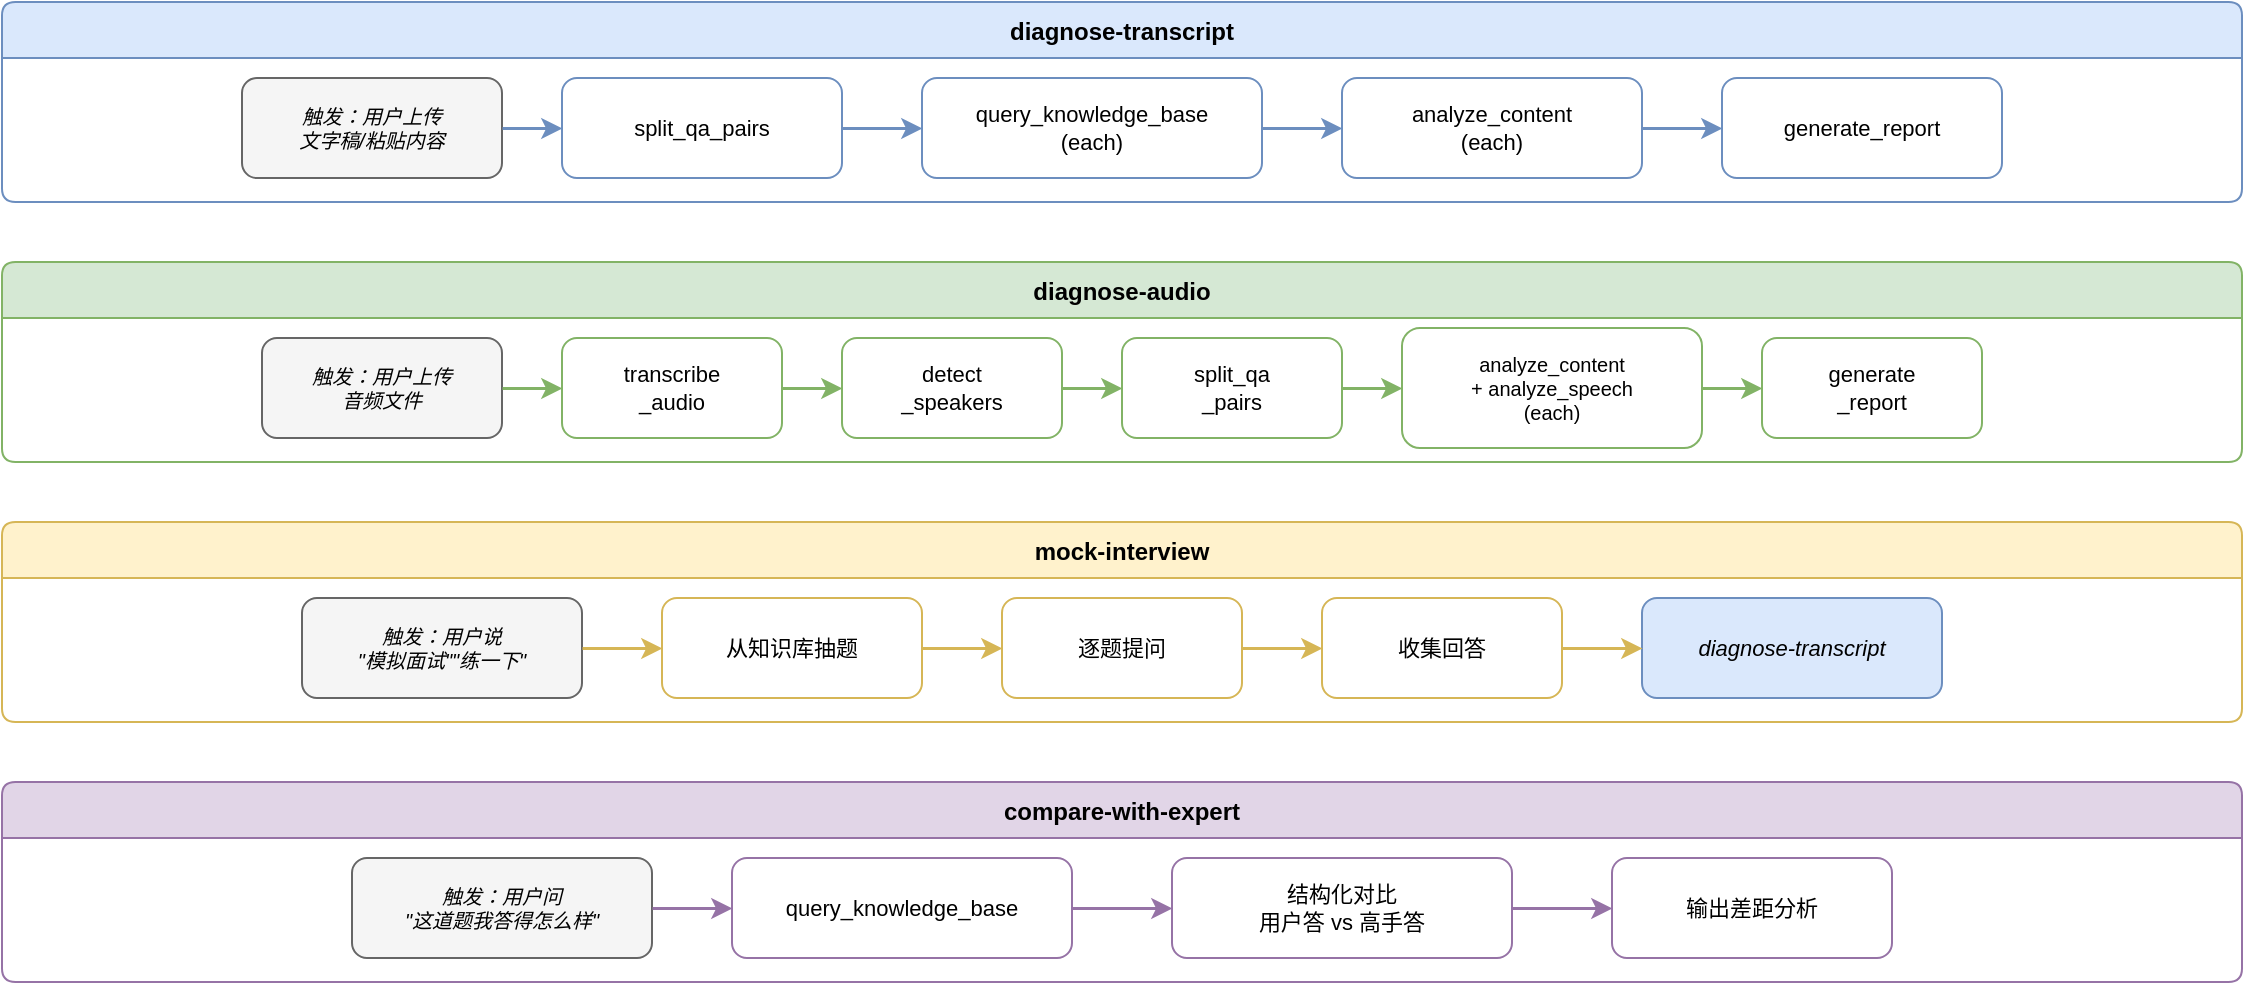
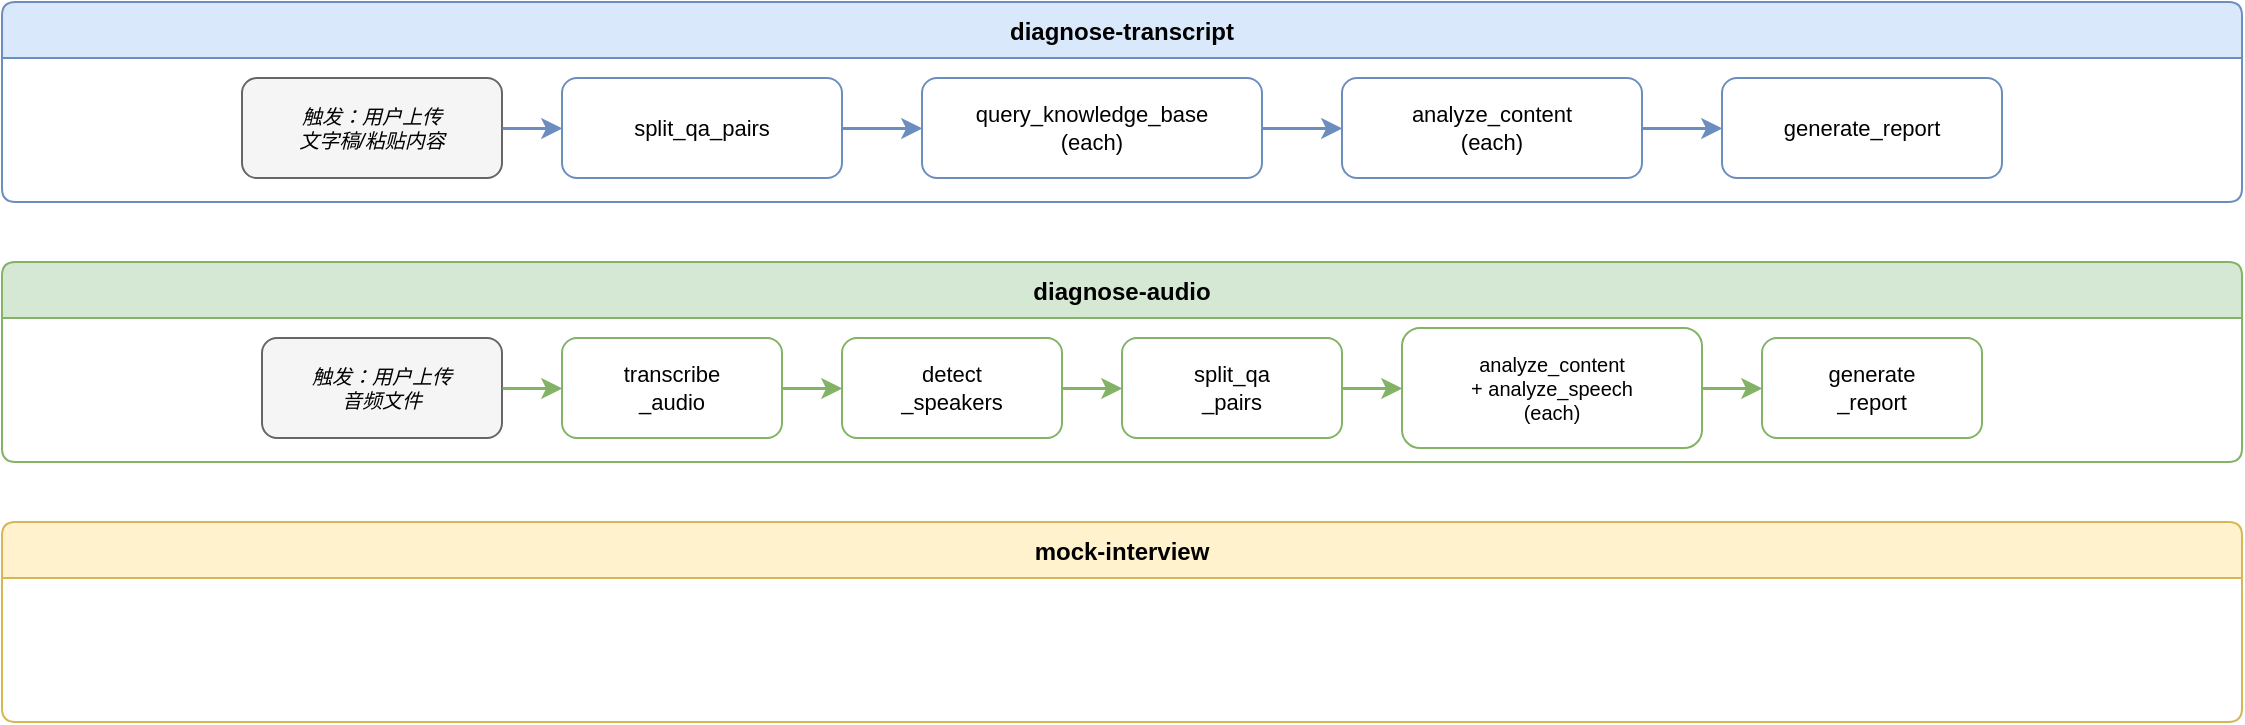
<?xml version="1.0" encoding="UTF-8"?>
<mxfile host="drawio" version="26.0.0">
  <diagram name="Page-1">
    <mxGraphModel dx="1200" dy="900" grid="1" gridSize="10" guides="1" tooltips="1" connect="1" arrows="1" fold="1" page="1" pageScale="1" pageWidth="1200" pageHeight="900" math="0" shadow="0">
      <root>
        <mxCell id="0" />
        <mxCell id="1" parent="0" />

        <!-- Skill 1: diagnose-transcript -->
        <mxCell id="sk1" value="diagnose-transcript" style="swimlane;startSize=28;fillColor=#dae8fc;strokeColor=#6c8ebf;fontStyle=1;fontSize=12;collapsible=0;rounded=1;arcSize=8;" vertex="1" parent="1">
          <mxGeometry x="40" y="20" width="1120" height="100" as="geometry" />
        </mxCell>
        <mxCell id="sk1_trig" value="触发：用户上传&#xa;文字稿/粘贴内容" style="rounded=1;whiteSpace=wrap;html=1;fillColor=#f5f5f5;strokeColor=#666666;fontSize=10;fontStyle=2;" vertex="1" parent="sk1">
          <mxGeometry x="120" y="38" width="130" height="50" as="geometry" />
        </mxCell>
        <mxCell id="sk1a" value="split_qa_pairs" style="rounded=1;whiteSpace=wrap;html=1;fillColor=#FFFFFF;strokeColor=#6c8ebf;fontSize=11;" vertex="1" parent="sk1">
          <mxGeometry x="280" y="38" width="140" height="50" as="geometry" />
        </mxCell>
        <mxCell id="sk1b" value="query_knowledge_base&#xa;(each)" style="rounded=1;whiteSpace=wrap;html=1;fillColor=#FFFFFF;strokeColor=#6c8ebf;fontSize=11;" vertex="1" parent="sk1">
          <mxGeometry x="460" y="38" width="170" height="50" as="geometry" />
        </mxCell>
        <mxCell id="sk1c" value="analyze_content&#xa;(each)" style="rounded=1;whiteSpace=wrap;html=1;fillColor=#FFFFFF;strokeColor=#6c8ebf;fontSize=11;" vertex="1" parent="sk1">
          <mxGeometry x="670" y="38" width="150" height="50" as="geometry" />
        </mxCell>
        <mxCell id="sk1d" value="generate_report" style="rounded=1;whiteSpace=wrap;html=1;fillColor=#FFFFFF;strokeColor=#6c8ebf;fontSize=11;" vertex="1" parent="sk1">
          <mxGeometry x="860" y="38" width="140" height="50" as="geometry" />
        </mxCell>
        <mxCell id="sk1e1" value="" style="edgeStyle=orthogonalEdgeStyle;rounded=1;orthogonalLoop=1;jettySize=auto;html=1;strokeColor=#6c8ebf;strokeWidth=1.5;exitX=1;exitY=0.5;exitDx=0;exitDy=0;entryX=0;entryY=0.5;entryDx=0;entryDy=0;" edge="1" parent="sk1" source="sk1_trig" target="sk1a">
          <mxGeometry relative="1" as="geometry" />
        </mxCell>
        <mxCell id="sk1e2" value="" style="edgeStyle=orthogonalEdgeStyle;rounded=1;orthogonalLoop=1;jettySize=auto;html=1;strokeColor=#6c8ebf;strokeWidth=1.5;exitX=1;exitY=0.5;exitDx=0;exitDy=0;entryX=0;entryY=0.5;entryDx=0;entryDy=0;" edge="1" parent="sk1" source="sk1a" target="sk1b">
          <mxGeometry relative="1" as="geometry" />
        </mxCell>
        <mxCell id="sk1e3" value="" style="edgeStyle=orthogonalEdgeStyle;rounded=1;orthogonalLoop=1;jettySize=auto;html=1;strokeColor=#6c8ebf;strokeWidth=1.5;exitX=1;exitY=0.5;exitDx=0;exitDy=0;entryX=0;entryY=0.5;entryDx=0;entryDy=0;" edge="1" parent="sk1" source="sk1b" target="sk1c">
          <mxGeometry relative="1" as="geometry" />
        </mxCell>
        <mxCell id="sk1e4" value="" style="edgeStyle=orthogonalEdgeStyle;rounded=1;orthogonalLoop=1;jettySize=auto;html=1;strokeColor=#6c8ebf;strokeWidth=1.5;exitX=1;exitY=0.5;exitDx=0;exitDy=0;entryX=0;entryY=0.5;entryDx=0;entryDy=0;" edge="1" parent="sk1" source="sk1c" target="sk1d">
          <mxGeometry relative="1" as="geometry" />
        </mxCell>

        <!-- Skill 2: diagnose-audio -->
        <mxCell id="sk2" value="diagnose-audio" style="swimlane;startSize=28;fillColor=#d5e8d4;strokeColor=#82b366;fontStyle=1;fontSize=12;collapsible=0;rounded=1;arcSize=8;" vertex="1" parent="1">
          <mxGeometry x="40" y="150" width="1120" height="100" as="geometry" />
        </mxCell>
        <mxCell id="sk2_trig" value="触发：用户上传&#xa;音频文件" style="rounded=1;whiteSpace=wrap;html=1;fillColor=#f5f5f5;strokeColor=#666666;fontSize=10;fontStyle=2;" vertex="1" parent="sk2">
          <mxGeometry x="130" y="38" width="120" height="50" as="geometry" />
        </mxCell>
        <mxCell id="sk2a" value="transcribe&#xa;_audio" style="rounded=1;whiteSpace=wrap;html=1;fillColor=#FFFFFF;strokeColor=#82b366;fontSize=11;" vertex="1" parent="sk2">
          <mxGeometry x="280" y="38" width="110" height="50" as="geometry" />
        </mxCell>
        <mxCell id="sk2b" value="detect&#xa;_speakers" style="rounded=1;whiteSpace=wrap;html=1;fillColor=#FFFFFF;strokeColor=#82b366;fontSize=11;" vertex="1" parent="sk2">
          <mxGeometry x="420" y="38" width="110" height="50" as="geometry" />
        </mxCell>
        <mxCell id="sk2c" value="split_qa&#xa;_pairs" style="rounded=1;whiteSpace=wrap;html=1;fillColor=#FFFFFF;strokeColor=#82b366;fontSize=11;" vertex="1" parent="sk2">
          <mxGeometry x="560" y="38" width="110" height="50" as="geometry" />
        </mxCell>
        <mxCell id="sk2d" value="analyze_content&#xa;+ analyze_speech&#xa;(each)" style="rounded=1;whiteSpace=wrap;html=1;fillColor=#FFFFFF;strokeColor=#82b366;fontSize=10;" vertex="1" parent="sk2">
          <mxGeometry x="700" y="33" width="150" height="60" as="geometry" />
        </mxCell>
        <mxCell id="sk2e" value="generate&#xa;_report" style="rounded=1;whiteSpace=wrap;html=1;fillColor=#FFFFFF;strokeColor=#82b366;fontSize=11;" vertex="1" parent="sk2">
          <mxGeometry x="880" y="38" width="110" height="50" as="geometry" />
        </mxCell>
        <mxCell id="sk2f1" value="" style="edgeStyle=orthogonalEdgeStyle;rounded=1;orthogonalLoop=1;jettySize=auto;html=1;strokeColor=#82b366;strokeWidth=1.5;exitX=1;exitY=0.5;exitDx=0;exitDy=0;entryX=0;entryY=0.5;entryDx=0;entryDy=0;" edge="1" parent="sk2" source="sk2_trig" target="sk2a">
          <mxGeometry relative="1" as="geometry" />
        </mxCell>
        <mxCell id="sk2f2" value="" style="edgeStyle=orthogonalEdgeStyle;rounded=1;orthogonalLoop=1;jettySize=auto;html=1;strokeColor=#82b366;strokeWidth=1.5;exitX=1;exitY=0.5;exitDx=0;exitDy=0;entryX=0;entryY=0.5;entryDx=0;entryDy=0;" edge="1" parent="sk2" source="sk2a" target="sk2b">
          <mxGeometry relative="1" as="geometry" />
        </mxCell>
        <mxCell id="sk2f3" value="" style="edgeStyle=orthogonalEdgeStyle;rounded=1;orthogonalLoop=1;jettySize=auto;html=1;strokeColor=#82b366;strokeWidth=1.5;exitX=1;exitY=0.5;exitDx=0;exitDy=0;entryX=0;entryY=0.5;entryDx=0;entryDy=0;" edge="1" parent="sk2" source="sk2b" target="sk2c">
          <mxGeometry relative="1" as="geometry" />
        </mxCell>
        <mxCell id="sk2f4" value="" style="edgeStyle=orthogonalEdgeStyle;rounded=1;orthogonalLoop=1;jettySize=auto;html=1;strokeColor=#82b366;strokeWidth=1.5;exitX=1;exitY=0.5;exitDx=0;exitDy=0;entryX=0;entryY=0.5;entryDx=0;entryDy=0;" edge="1" parent="sk2" source="sk2c" target="sk2d">
          <mxGeometry relative="1" as="geometry" />
        </mxCell>
        <mxCell id="sk2f5" value="" style="edgeStyle=orthogonalEdgeStyle;rounded=1;orthogonalLoop=1;jettySize=auto;html=1;strokeColor=#82b366;strokeWidth=1.5;exitX=1;exitY=0.5;exitDx=0;exitDy=0;entryX=0;entryY=0.5;entryDx=0;entryDy=0;" edge="1" parent="sk2" source="sk2d" target="sk2e">
          <mxGeometry relative="1" as="geometry" />
        </mxCell>

        <!-- Skill 3: mock-interview -->
        <mxCell id="sk3" value="mock-interview" style="swimlane;startSize=28;fillColor=#fff2cc;strokeColor=#d6b656;fontStyle=1;fontSize=12;collapsible=0;rounded=1;arcSize=8;" vertex="1" parent="1">
          <mxGeometry x="40" y="280" width="1120" height="100" as="geometry" />
        </mxCell>
-         <mxCell id="sk3_trig" value="触发：用户说&#xa;&quot;模拟面试&quot;&quot;练一下&quot;" style="rounded=1;whiteSpace=wrap;html=1;fillColor=#f5f5f5;strokeColor=#666666;fontSize=10;fontStyle=2;" vertex="1" parent="sk3">
+         <mxCell id="sk3_trig" value="触发：用户说&#xa;"模拟面试""练一下"" style="rounded=1;whiteSpace=wrap;html=1;fillColor=#f5f5f5;strokeColor=#666666;fontSize=10;fontStyle=2;" vertex="1" parent="sk3">
          <mxGeometry x="150" y="38" width="140" height="50" as="geometry" />
        </mxCell>
        <mxCell id="sk3a" value="从知识库抽题" style="rounded=1;whiteSpace=wrap;html=1;fillColor=#FFFFFF;strokeColor=#d6b656;fontSize=11;" vertex="1" parent="sk3">
          <mxGeometry x="330" y="38" width="130" height="50" as="geometry" />
        </mxCell>
        <mxCell id="sk3b" value="逐题提问" style="rounded=1;whiteSpace=wrap;html=1;fillColor=#FFFFFF;strokeColor=#d6b656;fontSize=11;" vertex="1" parent="sk3">
          <mxGeometry x="500" y="38" width="120" height="50" as="geometry" />
        </mxCell>
        <mxCell id="sk3c" value="收集回答" style="rounded=1;whiteSpace=wrap;html=1;fillColor=#FFFFFF;strokeColor=#d6b656;fontSize=11;" vertex="1" parent="sk3">
          <mxGeometry x="660" y="38" width="120" height="50" as="geometry" />
        </mxCell>
        <mxCell id="sk3d" value="diagnose-transcript" style="rounded=1;whiteSpace=wrap;html=1;fillColor=#dae8fc;strokeColor=#6c8ebf;fontSize=11;fontStyle=2;" vertex="1" parent="sk3">
          <mxGeometry x="820" y="38" width="150" height="50" as="geometry" />
        </mxCell>
        <mxCell id="sk3f1" value="" style="edgeStyle=orthogonalEdgeStyle;rounded=1;orthogonalLoop=1;jettySize=auto;html=1;strokeColor=#d6b656;strokeWidth=1.5;exitX=1;exitY=0.5;exitDx=0;exitDy=0;entryX=0;entryY=0.5;entryDx=0;entryDy=0;" edge="1" parent="sk3" source="sk3_trig" target="sk3a">
          <mxGeometry relative="1" as="geometry" />
        </mxCell>
        <mxCell id="sk3f2" value="" style="edgeStyle=orthogonalEdgeStyle;rounded=1;orthogonalLoop=1;jettySize=auto;html=1;strokeColor=#d6b656;strokeWidth=1.5;exitX=1;exitY=0.5;exitDx=0;exitDy=0;entryX=0;entryY=0.5;entryDx=0;entryDy=0;" edge="1" parent="sk3" source="sk3a" target="sk3b">
          <mxGeometry relative="1" as="geometry" />
        </mxCell>
        <mxCell id="sk3f3" value="" style="edgeStyle=orthogonalEdgeStyle;rounded=1;orthogonalLoop=1;jettySize=auto;html=1;strokeColor=#d6b656;strokeWidth=1.5;exitX=1;exitY=0.5;exitDx=0;exitDy=0;entryX=0;entryY=0.5;entryDx=0;entryDy=0;" edge="1" parent="sk3" source="sk3b" target="sk3c">
          <mxGeometry relative="1" as="geometry" />
        </mxCell>
        <mxCell id="sk3f4" value="" style="edgeStyle=orthogonalEdgeStyle;rounded=1;orthogonalLoop=1;jettySize=auto;html=1;strokeColor=#d6b656;strokeWidth=1.5;exitX=1;exitY=0.5;exitDx=0;exitDy=0;entryX=0;entryY=0.5;entryDx=0;entryDy=0;" edge="1" parent="sk3" source="sk3c" target="sk3d">
          <mxGeometry relative="1" as="geometry" />
        </mxCell>

        <!-- Skill 4: compare-with-expert -->
        <mxCell id="sk4" value="compare-with-expert" style="swimlane;startSize=28;fillColor=#e1d5e7;strokeColor=#9673a6;fontStyle=1;fontSize=12;collapsible=0;rounded=1;arcSize=8;" vertex="1" parent="1">
          <mxGeometry x="40" y="410" width="1120" height="100" as="geometry" />
        </mxCell>
-         <mxCell id="sk4_trig" value="触发：用户问&#xa;&quot;这道题我答得怎么样&quot;" style="rounded=1;whiteSpace=wrap;html=1;fillColor=#f5f5f5;strokeColor=#666666;fontSize=10;fontStyle=2;" vertex="1" parent="sk4">
+         <mxCell id="sk4_trig" value="触发：用户问&#xa;"这道题我答得怎么样"" style="rounded=1;whiteSpace=wrap;html=1;fillColor=#f5f5f5;strokeColor=#666666;fontSize=10;fontStyle=2;" vertex="1" parent="sk4">
          <mxGeometry x="175" y="38" width="150" height="50" as="geometry" />
        </mxCell>
        <mxCell id="sk4a" value="query_knowledge_base" style="rounded=1;whiteSpace=wrap;html=1;fillColor=#FFFFFF;strokeColor=#9673a6;fontSize=11;" vertex="1" parent="sk4">
          <mxGeometry x="365" y="38" width="170" height="50" as="geometry" />
        </mxCell>
        <mxCell id="sk4b" value="结构化对比&#xa;用户答 vs 高手答" style="rounded=1;whiteSpace=wrap;html=1;fillColor=#FFFFFF;strokeColor=#9673a6;fontSize=11;" vertex="1" parent="sk4">
          <mxGeometry x="585" y="38" width="170" height="50" as="geometry" />
        </mxCell>
        <mxCell id="sk4c" value="输出差距分析" style="rounded=1;whiteSpace=wrap;html=1;fillColor=#FFFFFF;strokeColor=#9673a6;fontSize=11;" vertex="1" parent="sk4">
          <mxGeometry x="805" y="38" width="140" height="50" as="geometry" />
        </mxCell>
        <mxCell id="sk4f1" value="" style="edgeStyle=orthogonalEdgeStyle;rounded=1;orthogonalLoop=1;jettySize=auto;html=1;strokeColor=#9673a6;strokeWidth=1.5;exitX=1;exitY=0.5;exitDx=0;exitDy=0;entryX=0;entryY=0.5;entryDx=0;entryDy=0;" edge="1" parent="sk4" source="sk4_trig" target="sk4a">
          <mxGeometry relative="1" as="geometry" />
        </mxCell>
        <mxCell id="sk4f2" value="" style="edgeStyle=orthogonalEdgeStyle;rounded=1;orthogonalLoop=1;jettySize=auto;html=1;strokeColor=#9673a6;strokeWidth=1.5;exitX=1;exitY=0.5;exitDx=0;exitDy=0;entryX=0;entryY=0.5;entryDx=0;entryDy=0;" edge="1" parent="sk4" source="sk4a" target="sk4b">
          <mxGeometry relative="1" as="geometry" />
        </mxCell>
        <mxCell id="sk4f3" value="" style="edgeStyle=orthogonalEdgeStyle;rounded=1;orthogonalLoop=1;jettySize=auto;html=1;strokeColor=#9673a6;strokeWidth=1.5;exitX=1;exitY=0.5;exitDx=0;exitDy=0;entryX=0;entryY=0.5;entryDx=0;entryDy=0;" edge="1" parent="sk4" source="sk4b" target="sk4c">
          <mxGeometry relative="1" as="geometry" />
        </mxCell>
      </root>
    </mxGraphModel>
  </diagram>
</mxfile>
